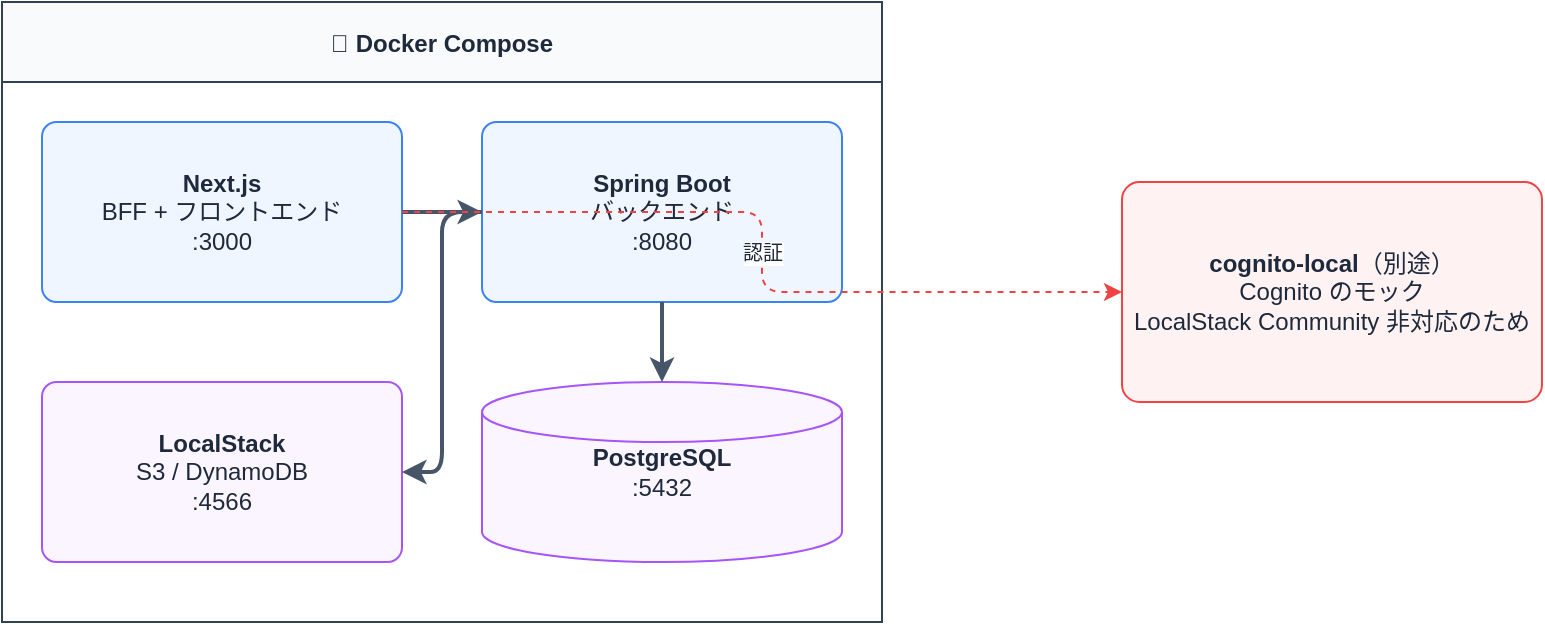
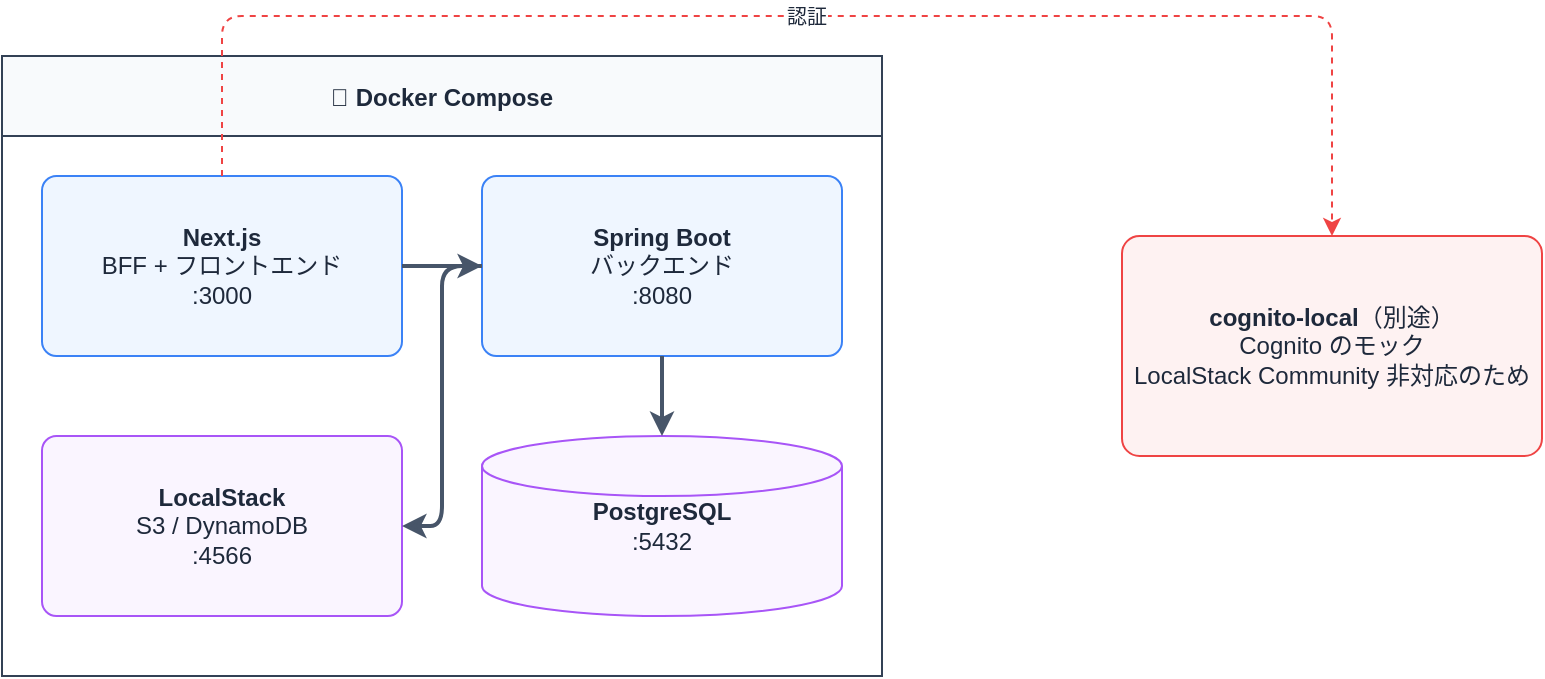
<?xml version="1.0" encoding="UTF-8"?>
<mxfile host="drawio" version="26.0.0">
  <diagram name="ローカル開発環境">
    <mxGraphModel>
      <root>
        <mxCell id="0" />
        <mxCell id="1" parent="0" />
        <!-- Docker Compose コンテナ -->
        <mxCell id="2" value="🐳 Docker Compose" style="swimlane;startSize=40;fillColor=#F8FAFC;strokeColor=#334155;fontColor=#1E293B;fontStyle=1;fontSize=12;" vertex="1" parent="1">
          <mxGeometry x="30" y="30" width="440" height="310" as="geometry" />
        </mxCell>
        <!-- Next.js（DC内） -->
        <mxCell id="3" value="&lt;b&gt;Next.js&lt;/b&gt;&#xa;BFF + フロントエンド&#xa;:3000" style="rounded=1;whiteSpace=wrap;html=1;fillColor=#EFF6FF;strokeColor=#3B82F6;fontColor=#1E293B;arcSize=8;" vertex="1" parent="2">
          <mxGeometry x="20" y="60" width="180" height="90" as="geometry" />
        </mxCell>
        <!-- Spring Boot（DC内） -->
        <mxCell id="4" value="&lt;b&gt;Spring Boot&lt;/b&gt;&#xa;バックエンド&#xa;:8080" style="rounded=1;whiteSpace=wrap;html=1;fillColor=#EFF6FF;strokeColor=#3B82F6;fontColor=#1E293B;arcSize=8;" vertex="1" parent="2">
          <mxGeometry x="240" y="60" width="180" height="90" as="geometry" />
        </mxCell>
        <!-- PostgreSQL（DC内） -->
        <mxCell id="5" value="&lt;b&gt;PostgreSQL&lt;/b&gt;&#xa;:5432" style="shape=cylinder3;whiteSpace=wrap;html=1;fillColor=#FAF5FF;strokeColor=#A855F7;fontColor=#1E293B;" vertex="1" parent="2">
          <mxGeometry x="240" y="190" width="180" height="90" as="geometry" />
        </mxCell>
        <!-- LocalStack（DC内） -->
        <mxCell id="6" value="&lt;b&gt;LocalStack&lt;/b&gt;&#xa;S3 / DynamoDB&#xa;:4566" style="rounded=1;whiteSpace=wrap;html=1;fillColor=#FAF5FF;strokeColor=#A855F7;fontColor=#1E293B;arcSize=8;" vertex="1" parent="2">
          <mxGeometry x="20" y="190" width="180" height="90" as="geometry" />
        </mxCell>
        <!-- cognito-local（DC外） -->
        <mxCell id="7" value="&lt;b&gt;cognito-local&lt;/b&gt;（別途）&#xa;Cognito のモック&#xa;LocalStack Community 非対応のため" style="rounded=1;whiteSpace=wrap;html=1;fillColor=#FEF2F2;strokeColor=#EF4444;fontColor=#1E293B;arcSize=8;" vertex="1" parent="1">
          <mxGeometry x="590" y="120" width="210" height="110" as="geometry" />
        </mxCell>
        <!-- Next.js → Spring Boot（コンテナ内エッジ） -->
        <mxCell id="8" value="" style="edgeStyle=orthogonalEdgeStyle;rounded=1;orthogonalLoop=1;jettySize=auto;html=1;strokeColor=#475569;strokeWidth=2;exitX=1;exitY=0.5;exitDx=0;exitDy=0;entryX=0;entryY=0.5;entryDx=0;entryDy=0;" edge="1" parent="2" source="3" target="4">
          <mxGeometry relative="1" as="geometry" />
        </mxCell>
        <!-- Spring Boot → PostgreSQL（コンテナ内エッジ） -->
        <mxCell id="9" value="" style="edgeStyle=orthogonalEdgeStyle;rounded=1;orthogonalLoop=1;jettySize=auto;html=1;strokeColor=#475569;strokeWidth=2;exitX=0.5;exitY=1;exitDx=0;exitDy=0;entryX=0.5;entryY=0;entryDx=0;entryDy=0;" edge="1" parent="2" source="4" target="5">
          <mxGeometry relative="1" as="geometry" />
        </mxCell>
        <!-- Spring Boot → LocalStack（コンテナ内エッジ） -->
        <mxCell id="10" value="" style="edgeStyle=orthogonalEdgeStyle;rounded=1;orthogonalLoop=1;jettySize=auto;html=1;strokeColor=#475569;strokeWidth=2;exitX=0;exitY=0.5;exitDx=0;exitDy=0;entryX=1;entryY=0.5;entryDx=0;entryDy=0;" edge="1" parent="2" source="4" target="6">
          <mxGeometry relative="1" as="geometry" />
        </mxCell>
-         <!-- Next.js → cognito-local（コンテナ境界をまたぐエッジ） -->
-         <mxCell id="11" value="認証" style="edgeStyle=orthogonalEdgeStyle;rounded=1;orthogonalLoop=1;jettySize=auto;html=1;strokeColor=#EF4444;fontColor=#1E293B;fontSize=10;dashed=1;exitX=1;exitY=0.5;exitDx=0;exitDy=0;entryX=0;entryY=0.5;entryDx=0;entryDy=0;" edge="1" parent="1" source="3" target="7">
-           <mxGeometry relative="1" as="geometry" />
+         <!-- Next.js → cognito-local（コンテナ境界をまたぐエッジ、Docker Compose コンテナの上を迂回） -->
+         <mxCell id="11" value="認証" style="edgeStyle=orthogonalEdgeStyle;rounded=1;orthogonalLoop=1;jettySize=auto;html=1;strokeColor=#EF4444;fontColor=#1E293B;fontSize=10;dashed=1;exitX=0.5;exitY=0;exitDx=0;exitDy=0;entryX=0.5;entryY=0;entryDx=0;entryDy=0;" edge="1" parent="1" source="3" target="7">
+           <mxGeometry relative="1" as="geometry">
+             <Array as="points">
+               <mxPoint x="140" y="10" />
+               <mxPoint x="695" y="10" />
+             </Array>
+           </mxGeometry>
        </mxCell>
      </root>
    </mxGraphModel>
  </diagram>
</mxfile>
